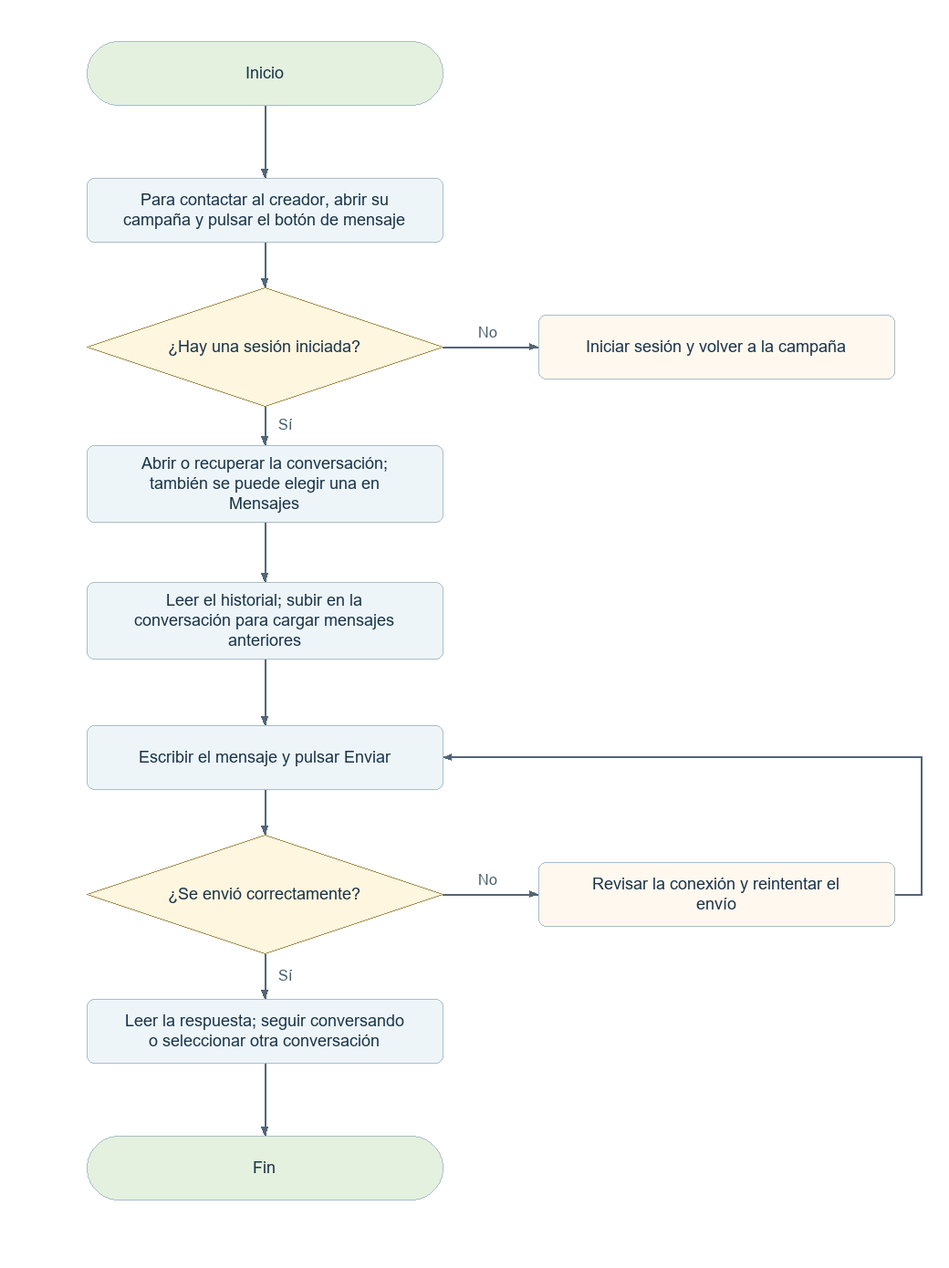
The Mermaid diagram docs/diagramas-web/png/C03.png in elingeyesdev/t3-crowdfunding-inversion, before a commit. Its source is kept beside it as docs/diagramas-web/mermaid/C03.mmd. Its diagram source:
```mermaid
flowchart TD
  N0(["Inicio"])
  N0 --> N1
  N1["Para contactar al creador, abrir su campaña y pulsar el botón de mensaje"]
  N1 --> N2
  N2{"¿Hay una sesión iniciada?"}
  N2 -->|"Sí"| N3
  B2(["Iniciar sesión y volver a la campaña"])
  N2 -->|"No"| B2
  N3["Abrir o recuperar la conversación; también se puede elegir una en Mensajes"]
  N3 --> N4
  N4["Leer el historial; subir en la conversación para cargar mensajes anteriores"]
  N4 --> N5
  N5["Escribir el mensaje y pulsar Enviar"]
  N5 --> N6
  N6{"¿Se envió correctamente?"}
  N6 -->|"Sí"| N7
  B6["Revisar la conexión y reintentar el envío"]
  N6 -->|"No"| B6
  B6 --> N5
  N7["Leer la respuesta; seguir conversando o seleccionar otra conversación"]
  N7 --> N8
  N8(["Fin"])
```
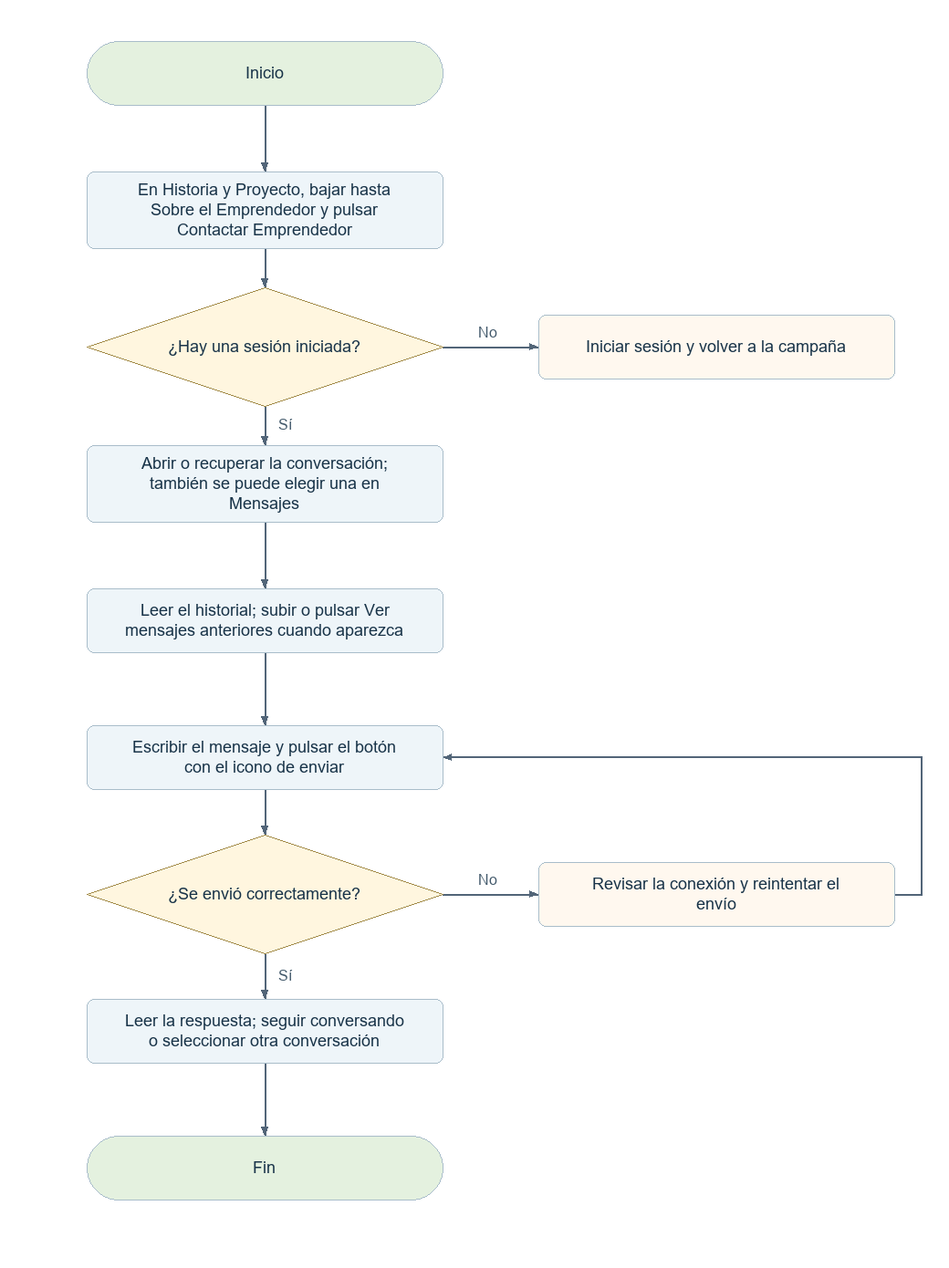
The same diagram one commit later.

Diff of the diagram source:
```diff
@@ -1,7 +1,7 @@
 flowchart TD
   N0(["Inicio"])
   N0 --> N1
-  N1["Para contactar al creador, abrir su campaña y pulsar el botón de mensaje"]
+  N1["En Historia y Proyecto, bajar hasta Sobre el Emprendedor y pulsar Contactar Emprendedor"]
   N1 --> N2
   N2{"¿Hay una sesión iniciada?"}
   N2 -->|"Sí"| N3
@@ -9,9 +9,9 @@
   N2 -->|"No"| B2
   N3["Abrir o recuperar la conversación; también se puede elegir una en Mensajes"]
   N3 --> N4
-  N4["Leer el historial; subir en la conversación para cargar mensajes anteriores"]
+  N4["Leer el historial; subir o pulsar Ver mensajes anteriores cuando aparezca"]
   N4 --> N5
-  N5["Escribir el mensaje y pulsar Enviar"]
+  N5["Escribir el mensaje y pulsar el botón con el icono de enviar"]
   N5 --> N6
   N6{"¿Se envió correctamente?"}
   N6 -->|"Sí"| N7
```
